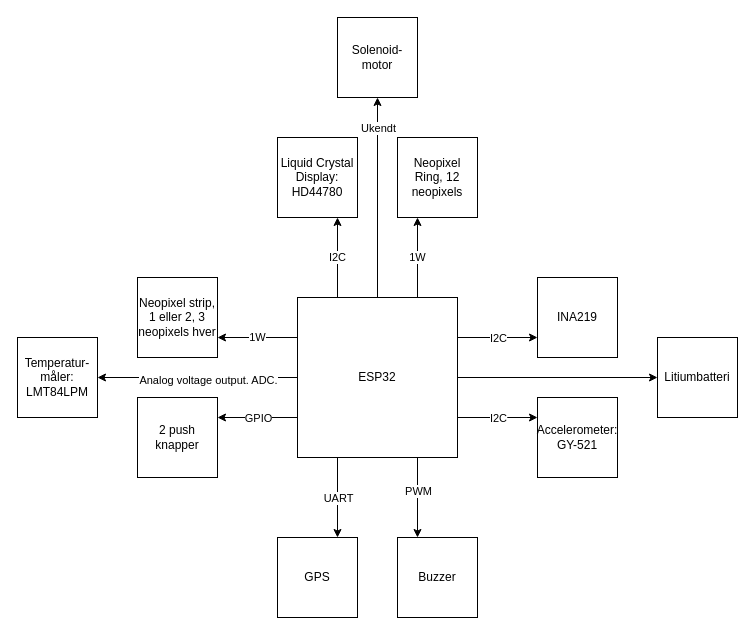
This is Blokdiagram/Blokdiagram.drawio from KEA-E24-B9-IOT1/E24-B9-IoT1, a draw.io file, before an edit. Source tidied: cells renumbered, new cells numbered last; positions are measured from the earlier drawing's top-left corner, leaving out a move shared by most shapes. Both pictures are drawn from the tidied source at 100%, with x=0, y=0 at pixel (17, 17).
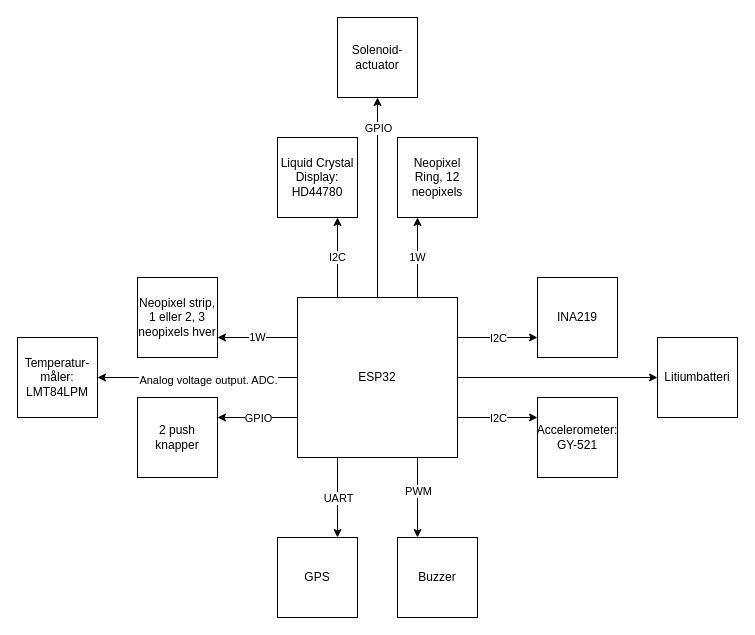
After the change.

Commit message:
Update Blokdiagram.drawio solenoid actuator, connection fra ukendt til GPIO

The change refers to these unchanged cells:
```xml
<mxCell id="2" style="edgeStyle=orthogonalEdgeStyle;rounded=0;jettySize=auto;html=1;exitX=0.5;exitY=0;exitDx=0;exitDy=0;entryX=0.5;entryY=1;entryDx=0;entryDy=0;" parent="1" edge="1" source="20" target="30">
  <mxGeometry relative="1" as="geometry" />
</mxCell>
```

What changed in the source:
```diff
@@
-    <mxCell id="3" value="Ukendt" style="edgeLabel;html=1;align=center;verticalAlign=middle;" parent="2" vertex="1">
+    <mxCell id="3" value="GPIO" style="edgeLabel;html=1;align=center;verticalAlign=middle;" parent="2" vertex="1">
       <mxGeometry x="-0.18" y="2" relative="1" as="geometry">
         <mxPoint x="2" y="-88" as="offset" />
       </mxGeometry>
     </mxCell>
@@
-    <mxCell id="30" value="Solenoid-&lt;div&gt;motor&lt;/div&gt;" style="whiteSpace=wrap;html=1;" parent="1" vertex="1">
+    <mxCell id="30" value="Solenoid-&lt;div&gt;actuator&lt;/div&gt;" style="whiteSpace=wrap;html=1;" parent="1" vertex="1">
       <mxGeometry x="320" width="80" height="80" as="geometry" />
     </mxCell>
```
